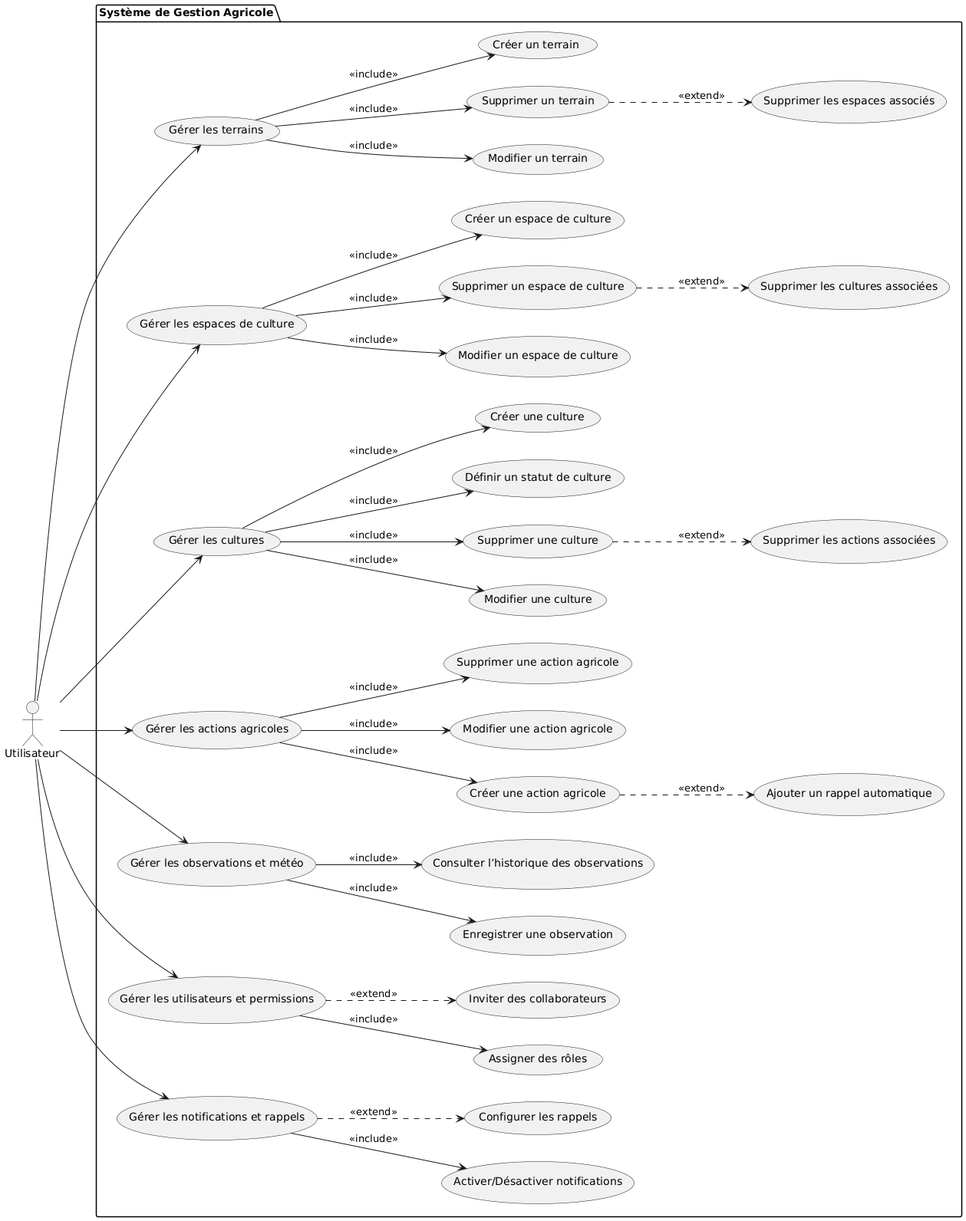
The PlantUML diagram docs/UML/diagramme-use-case.png in ayoub-laroussi/agriculture-repo-docs, before a commit. Its diagram source:
```plantuml
@startuml
left to right direction
actor Utilisateur

package "Système de Gestion Agricole" {

    usecase "Gérer les terrains" as ManageLand
    usecase "Créer un terrain" as CreateLand
    usecase "Modifier un terrain" as ModifyLand
    usecase "Supprimer un terrain" as DeleteLand
    usecase "Supprimer les espaces associés" as DeleteLandExt

    usecase "Gérer les espaces de culture" as ManageCultivation
    usecase "Créer un espace de culture" as CreateCultivation
    usecase "Modifier un espace de culture" as ModifyCultivation
    usecase "Supprimer un espace de culture" as DeleteCultivation
    usecase "Supprimer les cultures associées" as DeleteCultivationExt

    usecase "Gérer les cultures" as ManageCrops
    usecase "Créer une culture" as CreateCrop
    usecase "Modifier une culture" as ModifyCrop
    usecase "Supprimer une culture" as DeleteCrop
    usecase "Supprimer les actions associées" as DeleteCropExt
    usecase "Définir un statut de culture" as DefineCropStatus

    usecase "Gérer les actions agricoles" as ManageActions
    usecase "Créer une action agricole" as CreateAction
    usecase "Modifier une action agricole" as ModifyAction
    usecase "Supprimer une action agricole" as DeleteAction
    usecase "Ajouter un rappel automatique" as AddReminder

    usecase "Gérer les observations et météo" as ManageObservations
    usecase "Enregistrer une observation" as RecordObservation
    usecase "Consulter l’historique des observations" as ViewObservations

    usecase "Gérer les utilisateurs et permissions" as ManageUsers
    usecase "Assigner des rôles" as AssignRoles
    usecase "Inviter des collaborateurs" as InviteCollaborators

    usecase "Gérer les notifications et rappels" as ManageNotifications
    usecase "Activer/Désactiver notifications" as EnableNotifications
    usecase "Configurer les rappels" as ConfigureReminders

    Utilisateur --> ManageLand
    Utilisateur --> ManageCultivation
    Utilisateur --> ManageCrops
    Utilisateur --> ManageActions
    Utilisateur --> ManageObservations
    Utilisateur --> ManageUsers
    Utilisateur --> ManageNotifications

    ManageLand --> CreateLand : <<include>>
    ManageLand --> ModifyLand : <<include>>
    ManageLand --> DeleteLand : <<include>>

    ManageCultivation --> CreateCultivation : <<include>>
    ManageCultivation --> ModifyCultivation : <<include>>
    ManageCultivation --> DeleteCultivation : <<include>>

    ManageCrops --> CreateCrop : <<include>>
    ManageCrops --> ModifyCrop : <<include>>
    ManageCrops --> DeleteCrop : <<include>>
    ManageCrops --> DefineCropStatus : <<include>>

    ManageActions --> CreateAction : <<include>>
    ManageActions --> ModifyAction : <<include>>
    ManageActions --> DeleteAction : <<include>>

    ManageObservations --> RecordObservation : <<include>>
    ManageObservations --> ViewObservations : <<include>>

    ManageUsers --> AssignRoles : <<include>>
    ManageNotifications --> EnableNotifications : <<include>>

    DeleteLand ..> DeleteLandExt : <<extend>>
    DeleteCultivation ..> DeleteCultivationExt : <<extend>>
    DeleteCrop ..> DeleteCropExt : <<extend>>
    CreateAction ..> AddReminder : <<extend>>
    ManageUsers ..> InviteCollaborators : <<extend>>
    ManageNotifications ..> ConfigureReminders : <<extend>>
}
@enduml
```
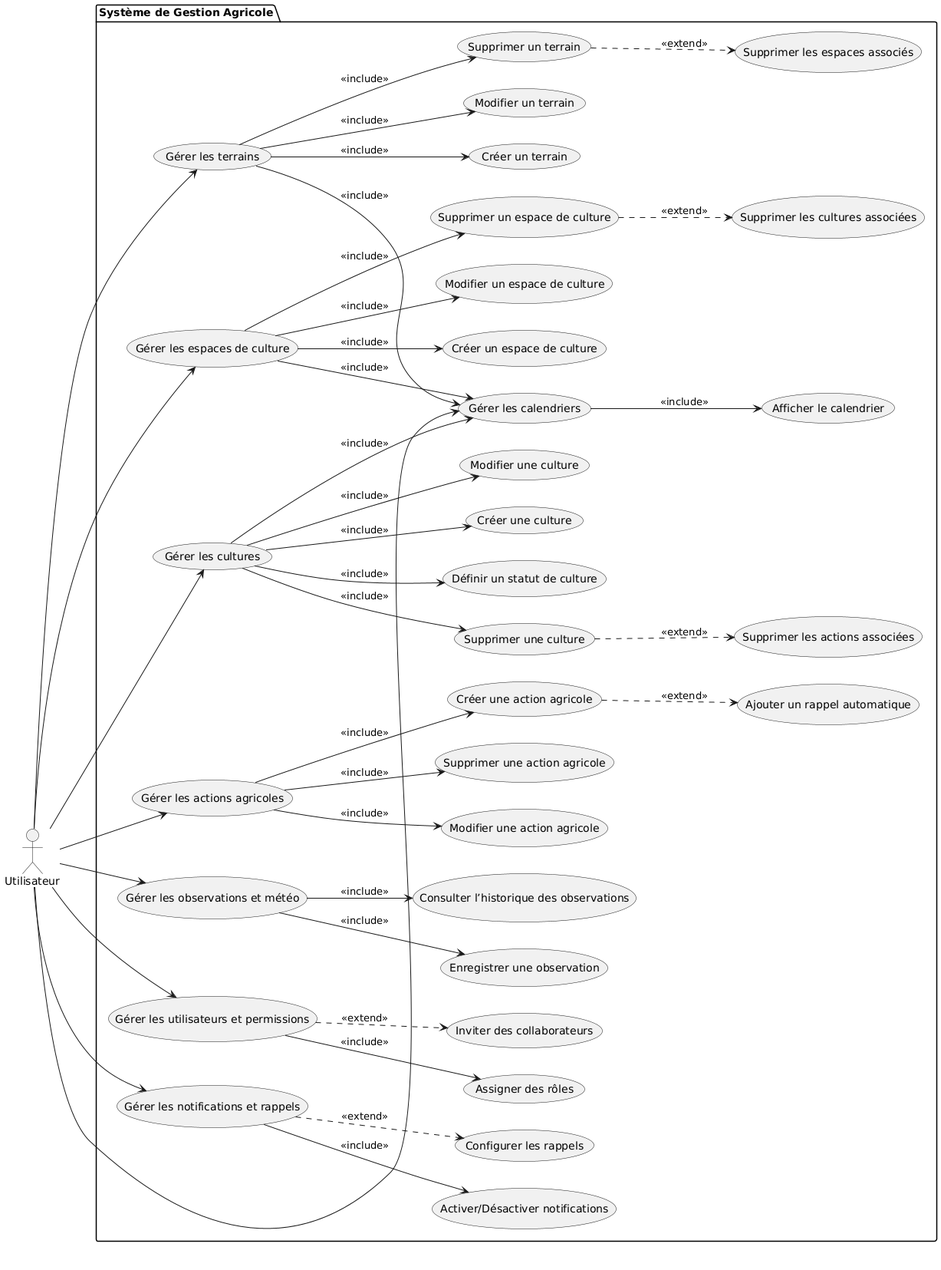
After the change.

Commit message:
docs: Mise à jour de l'image du diagramme de cas d'utilisation UML.

What changed in the source:
```diff
@@ -41,6 +41,9 @@
     usecase "Activer/Désactiver notifications" as EnableNotifications
     usecase "Configurer les rappels" as ConfigureReminders
 
+    usecase "Gérer les calendriers" as ManageCalendar
+    usecase "Afficher le calendrier" as ViewCalendar
+
     Utilisateur --> ManageLand
     Utilisateur --> ManageCultivation
     Utilisateur --> ManageCrops
@@ -48,6 +51,7 @@
     Utilisateur --> ManageObservations
     Utilisateur --> ManageUsers
     Utilisateur --> ManageNotifications
+    Utilisateur --> ManageCalendar
 
     ManageLand --> CreateLand : <<include>>
     ManageLand --> ModifyLand : <<include>>
@@ -78,5 +82,10 @@
     CreateAction ..> AddReminder : <<extend>>
     ManageUsers ..> InviteCollaborators : <<extend>>
     ManageNotifications ..> ConfigureReminders : <<extend>>
+
+    ManageLand --> ManageCalendar : <<include>>
+    ManageCultivation --> ManageCalendar : <<include>>
+    ManageCrops --> ManageCalendar : <<include>>
+    ManageCalendar --> ViewCalendar : <<include>>
 }
 @enduml
```
